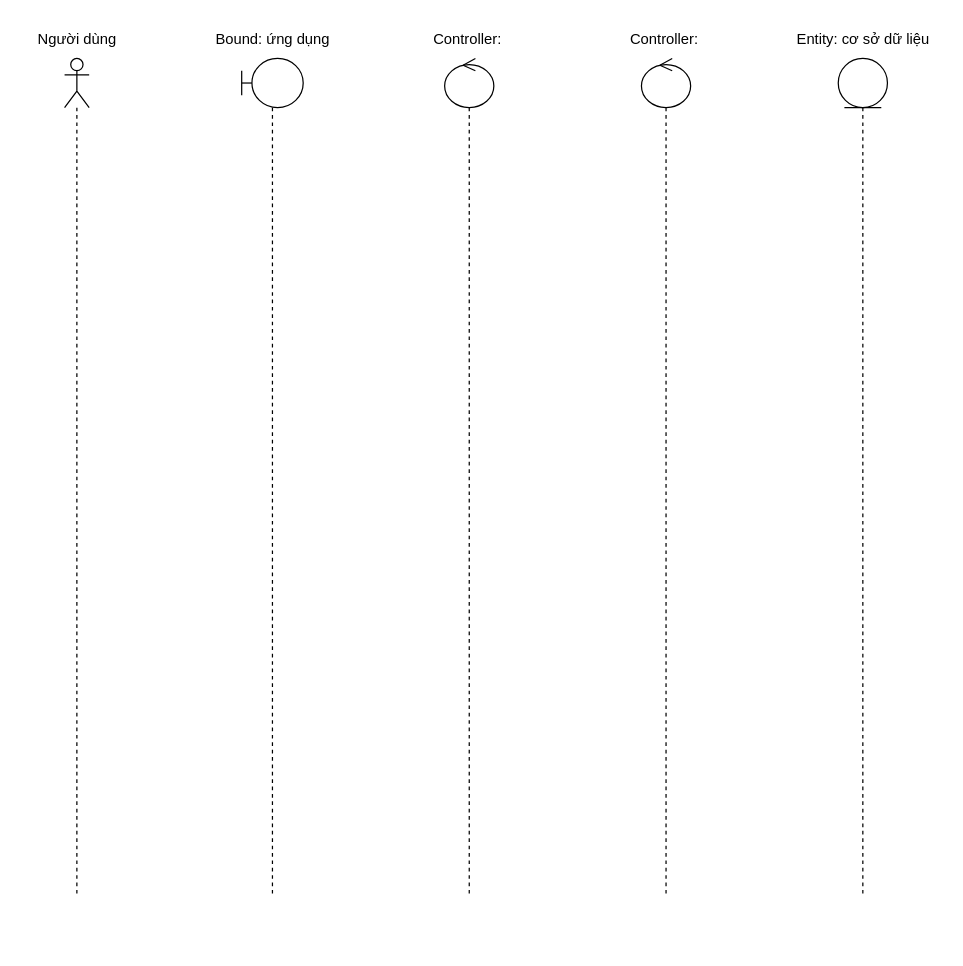
Above: page "Page-1" (2 of 4) of sequence_diagram.drawio in LTDat-HustK65/GP_main_system (draw.io), before the change. Source tidied: cells renumbered, new cells numbered last; positions are measured from the earlier drawing's top-left corner, leaving out a move shared by most shapes. Both pictures are drawn from the tidied source at 123%, with x=0, y=0 at pixel (21, 21).
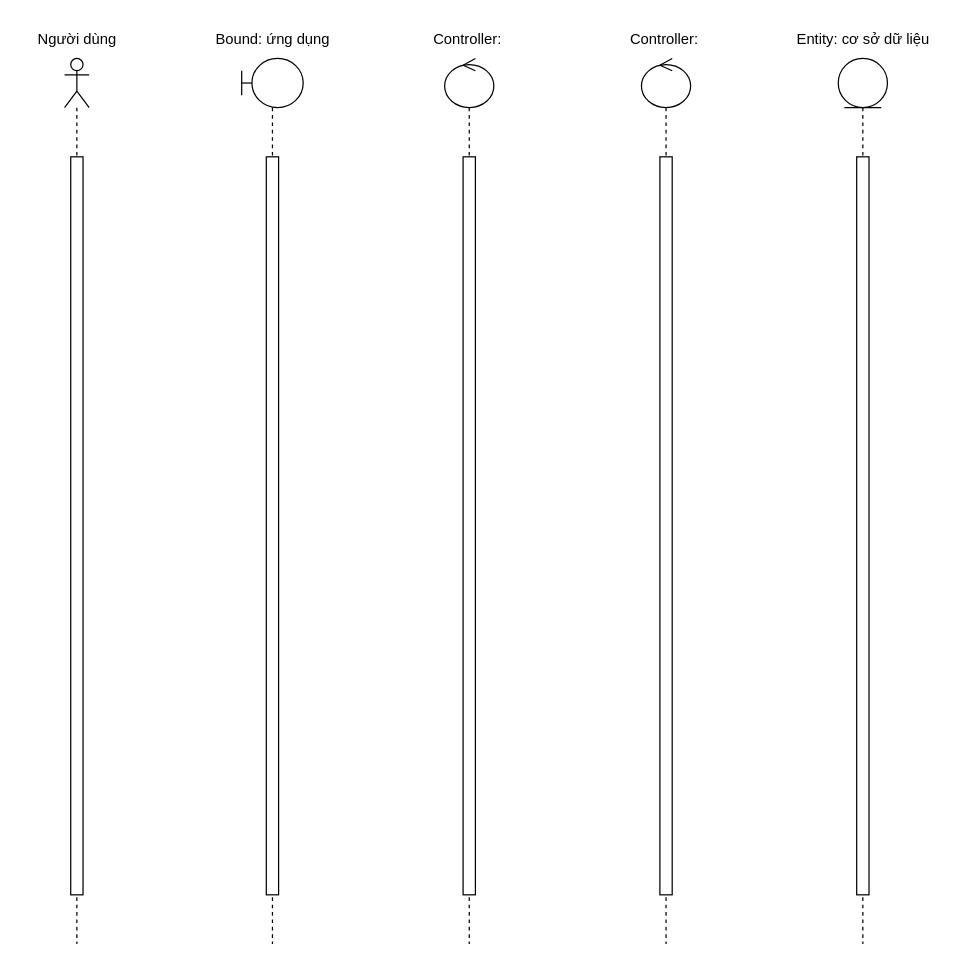
The same diagram, later.

Diff of the diagram source:
```diff
@@
 <mxGraphModel>
   <root>
     <mxCell id="0" />
     <mxCell id="1" parent="0" />
     <mxCell id="2" style="shape=umlLifeline;perimeter=lifelinePerimeter;whiteSpace=wrap;html=1;newEdgeStyle={&quot;curved&quot;:0,&quot;rounded&quot;:0};participant=umlActor;" parent="1" vertex="1">
-      <mxGeometry x="35" y="30" width="20" height="680" as="geometry" />
+      <mxGeometry x="35" y="30" width="20" height="720" as="geometry" />
     </mxCell>
+    <mxCell id="12" style="html=1;perimeter=orthogonalPerimeter;targetShapes=umlLifeline;newEdgeStyle={&quot;curved&quot;:0,&quot;rounded&quot;:0};" parent="2" vertex="1">
+      <mxGeometry x="5" y="80" width="10" height="600" as="geometry" />
+    </mxCell>
     <mxCell id="3" style="shape=umlLifeline;perimeter=lifelinePerimeter;whiteSpace=wrap;html=1;newEdgeStyle={&quot;curved&quot;:0,&quot;rounded&quot;:0};participant=umlBoundary;" parent="1" vertex="1">
-      <mxGeometry x="179" y="30" width="50" height="680" as="geometry" />
+      <mxGeometry x="179" y="30" width="50" height="720" as="geometry" />
     </mxCell>
+    <mxCell id="13" style="html=1;perimeter=orthogonalPerimeter;targetShapes=umlLifeline;newEdgeStyle={&quot;curved&quot;:0,&quot;rounded&quot;:0};" parent="3" vertex="1">
+      <mxGeometry x="20" y="80" width="10" height="600" as="geometry" />
+    </mxCell>
     <mxCell id="4" style="shape=umlLifeline;perimeter=lifelinePerimeter;whiteSpace=wrap;html=1;newEdgeStyle={&quot;curved&quot;:0,&quot;rounded&quot;:0};participant=umlEntity;" parent="1" vertex="1">
-      <mxGeometry x="664" y="30" width="40" height="680" as="geometry" />
+      <mxGeometry x="664" y="30" width="40" height="720" as="geometry" />
     </mxCell>
+    <mxCell id="14" style="html=1;perimeter=orthogonalPerimeter;targetShapes=umlLifeline;newEdgeStyle={&quot;curved&quot;:0,&quot;rounded&quot;:0};" parent="4" vertex="1">
+      <mxGeometry x="15" y="80" width="10" height="600" as="geometry" />
+    </mxCell>
     <mxCell id="5" style="shape=umlLifeline;perimeter=lifelinePerimeter;whiteSpace=wrap;html=1;newEdgeStyle={&quot;curved&quot;:0,&quot;rounded&quot;:0};participant=umlControl;" parent="1" vertex="1">
-      <mxGeometry x="344" y="30" width="40" height="680" as="geometry" />
+      <mxGeometry x="344" y="30" width="40" height="720" as="geometry" />
     </mxCell>
+    <mxCell id="15" style="html=1;perimeter=orthogonalPerimeter;targetShapes=umlLifeline;newEdgeStyle={&quot;curved&quot;:0,&quot;rounded&quot;:0};" parent="5" vertex="1">
+      <mxGeometry x="15" y="80" width="10" height="600" as="geometry" />
+    </mxCell>
     <mxCell id="6" value="Người dùng" style="text;html=1;align=center;verticalAlign=middle;strokeColor=none;fillColor=none;" parent="1" vertex="1">
       <mxGeometry width="90" height="30" as="geometry" />
     </mxCell>
     <mxCell id="7" value="Bound: ứng dụng" style="text;html=1;align=center;verticalAlign=middle;strokeColor=none;fillColor=none;" parent="1" vertex="1">
       <mxGeometry x="144" width="120" height="30" as="geometry" />
     </mxCell>
     <mxCell id="8" value="Controller:&amp;nbsp;" style="text;html=1;align=center;verticalAlign=middle;strokeColor=none;fillColor=none;" parent="1" vertex="1">
       <mxGeometry x="324" width="80" height="30" as="geometry" />
     </mxCell>
     <mxCell id="9" style="shape=umlLifeline;perimeter=lifelinePerimeter;whiteSpace=wrap;html=1;newEdgeStyle={&quot;curved&quot;:0,&quot;rounded&quot;:0};participant=umlControl;" parent="1" vertex="1">
-      <mxGeometry x="504" y="30" width="40" height="680" as="geometry" />
+      <mxGeometry x="504" y="30" width="40" height="720" as="geometry" />
     </mxCell>
+    <mxCell id="16" style="html=1;perimeter=orthogonalPerimeter;targetShapes=umlLifeline;newEdgeStyle={&quot;curved&quot;:0,&quot;rounded&quot;:0};" parent="9" vertex="1">
+      <mxGeometry x="15" y="80" width="10" height="600" as="geometry" />
+    </mxCell>
     <mxCell id="10" value="Controller:&amp;nbsp;" style="text;html=1;align=center;verticalAlign=middle;strokeColor=none;fillColor=none;" parent="1" vertex="1">
       <mxGeometry x="484" width="80" height="30" as="geometry" />
     </mxCell>
     <mxCell id="11" value="Entity: cơ sở dữ liệu" style="text;html=1;align=center;verticalAlign=middle;strokeColor=none;fillColor=none;" parent="1" vertex="1">
       <mxGeometry x="619" width="130" height="30" as="geometry" />
     </mxCell>
   </root>
 </mxGraphModel>
```
